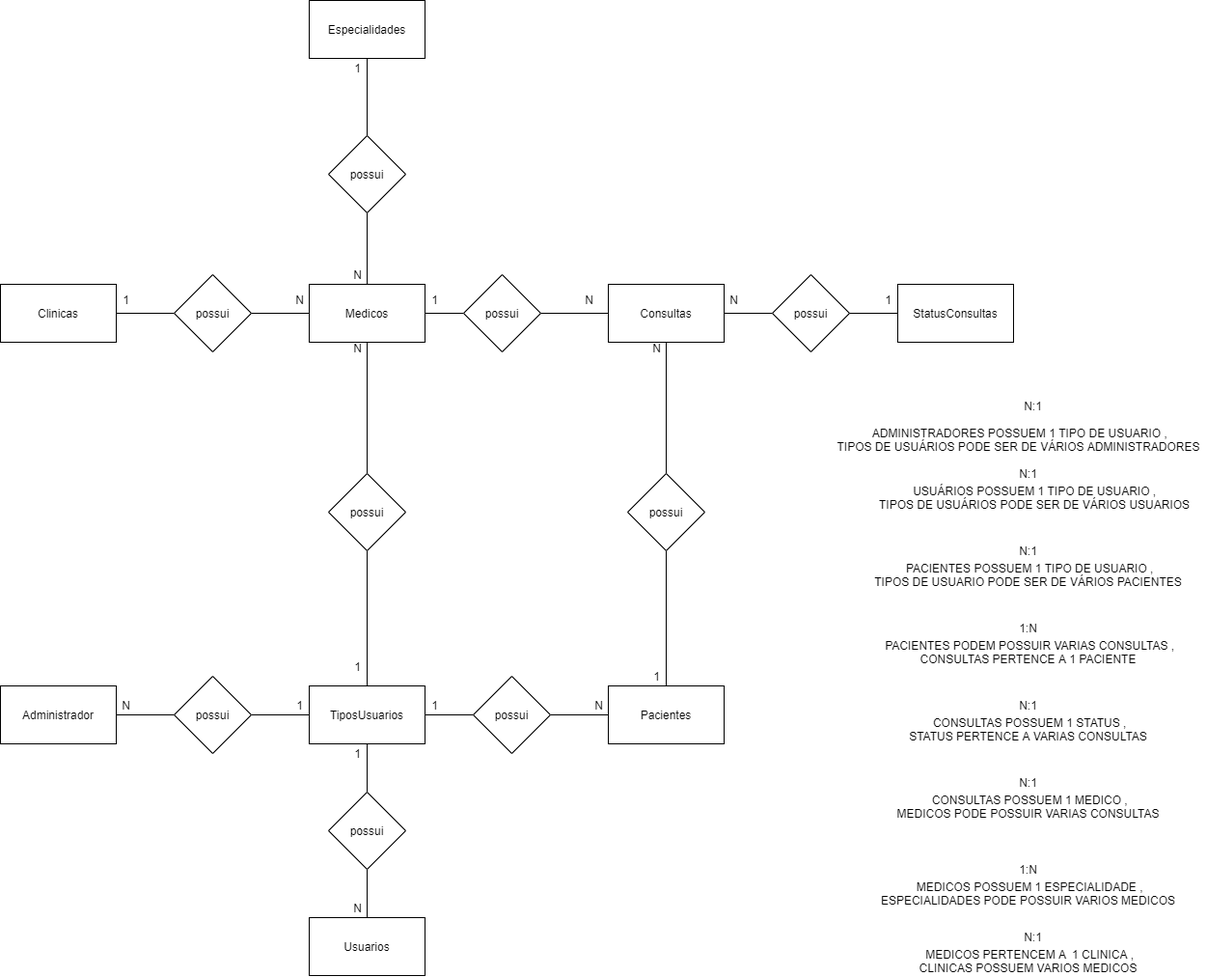
The draw.io diagram SP_Medical_Group/SP_Medical_Group-Conceitual.png in Carlos-Augusto-Roque/Sprint1_bd, before a commit. Source tidied: cells renumbered, new cells last; positions are measured from the earlier drawing's top-left corner, leaving out a move shared by most shapes.
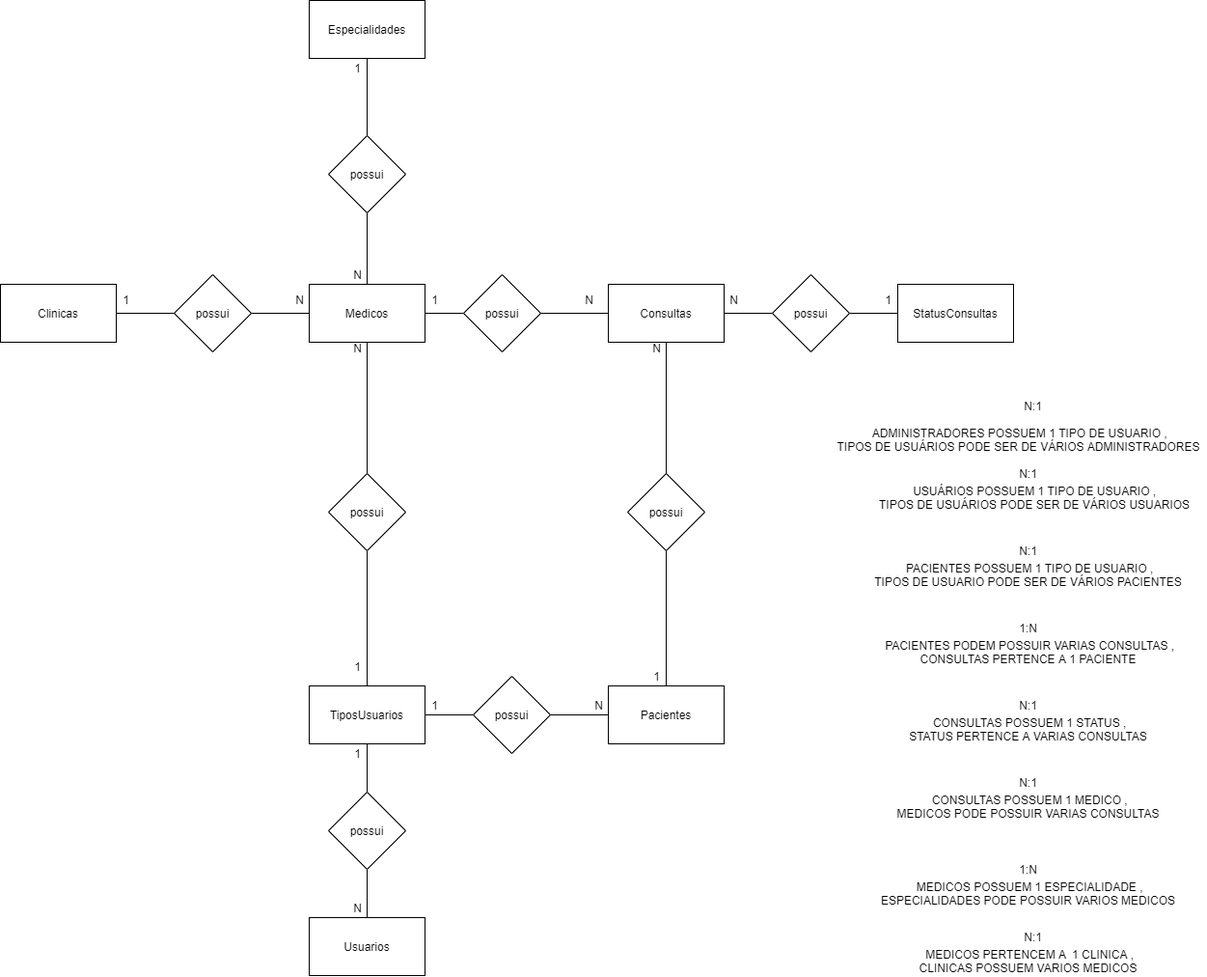
The same file after the commit.

What changed in the source:
```diff
@@ -8,12 +8,6 @@
     <mxCell id="3" value="Pacientes" style="rounded=0;whiteSpace=wrap;html=1;" parent="1" vertex="1">
       <mxGeometry x="630" y="710" width="120" height="60" as="geometry" />
     </mxCell>
-    <mxCell id="4" style="edgeStyle=orthogonalEdgeStyle;rounded=0;jettySize=auto;html=1;endArrow=none;endFill=0;" parent="1" edge="1" source="5" target="33">
-      <mxGeometry relative="1" as="geometry" />
-    </mxCell>
-    <mxCell id="5" value="Administrador" style="rounded=0;whiteSpace=wrap;html=1;" parent="1" vertex="1">
-      <mxGeometry y="710" width="120" height="60" as="geometry" />
-    </mxCell>
     <mxCell id="6" style="edgeStyle=orthogonalEdgeStyle;rounded=0;jettySize=auto;html=1;endArrow=none;endFill=0;" parent="1" edge="1" source="7" target="40">
       <mxGeometry relative="1" as="geometry" />
     </mxCell>
@@ -59,9 +53,6 @@
     <mxCell id="20" style="edgeStyle=orthogonalEdgeStyle;rounded=0;jettySize=auto;html=1;endArrow=none;endFill=0;" parent="1" edge="1" source="24" target="26">
       <mxGeometry relative="1" as="geometry" />
     </mxCell>
-    <mxCell id="21" style="edgeStyle=orthogonalEdgeStyle;rounded=0;jettySize=auto;html=1;endArrow=none;endFill=0;" parent="1" edge="1" source="24" target="33">
-      <mxGeometry relative="1" as="geometry" />
-    </mxCell>
     <mxCell id="22" style="edgeStyle=orthogonalEdgeStyle;rounded=0;jettySize=auto;html=1;endArrow=none;endFill=0;" parent="1" edge="1" source="24" target="37">
       <mxGeometry relative="1" as="geometry" />
     </mxCell>
@@ -95,15 +86,6 @@
     <mxCell id="32" value="N" style="text;html=1;align=center;verticalAlign=middle;" parent="1" vertex="1">
       <mxGeometry x="360" y="930" width="20" height="20" as="geometry" />
     </mxCell>
-    <mxCell id="33" value="possui" style="rhombus;whiteSpace=wrap;html=1;" parent="1" vertex="1">
-      <mxGeometry x="180" y="700" width="80" height="80" as="geometry" />
-    </mxCell>
-    <mxCell id="34" value="1" style="text;html=1;align=center;verticalAlign=middle;" parent="1" vertex="1">
-      <mxGeometry x="300" y="720" width="20" height="20" as="geometry" />
-    </mxCell>
-    <mxCell id="35" value="N" style="text;html=1;align=center;verticalAlign=middle;" parent="1" vertex="1">
-      <mxGeometry x="120" y="720" width="20" height="20" as="geometry" />
-    </mxCell>
     <mxCell id="36" style="edgeStyle=orthogonalEdgeStyle;rounded=0;jettySize=auto;html=1;endArrow=none;endFill=0;" parent="1" edge="1" source="37" target="3">
       <mxGeometry relative="1" as="geometry" />
     </mxCell>
```
